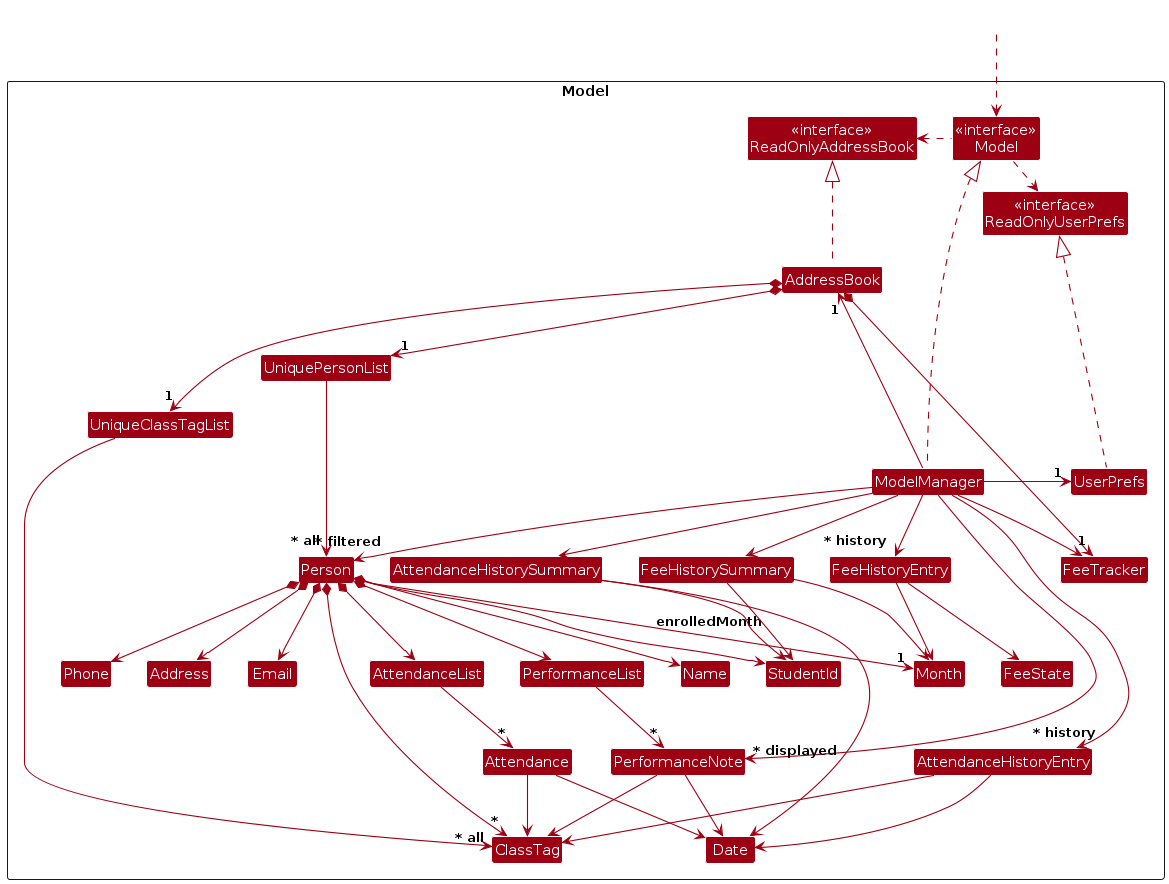
The PlantUML diagram diagrams/ModelClassDiagram.png in AY2526S1-CS2103T-F10-3/tp, before a commit. Its source is kept beside it as diagrams/ModelClassDiagram.puml.
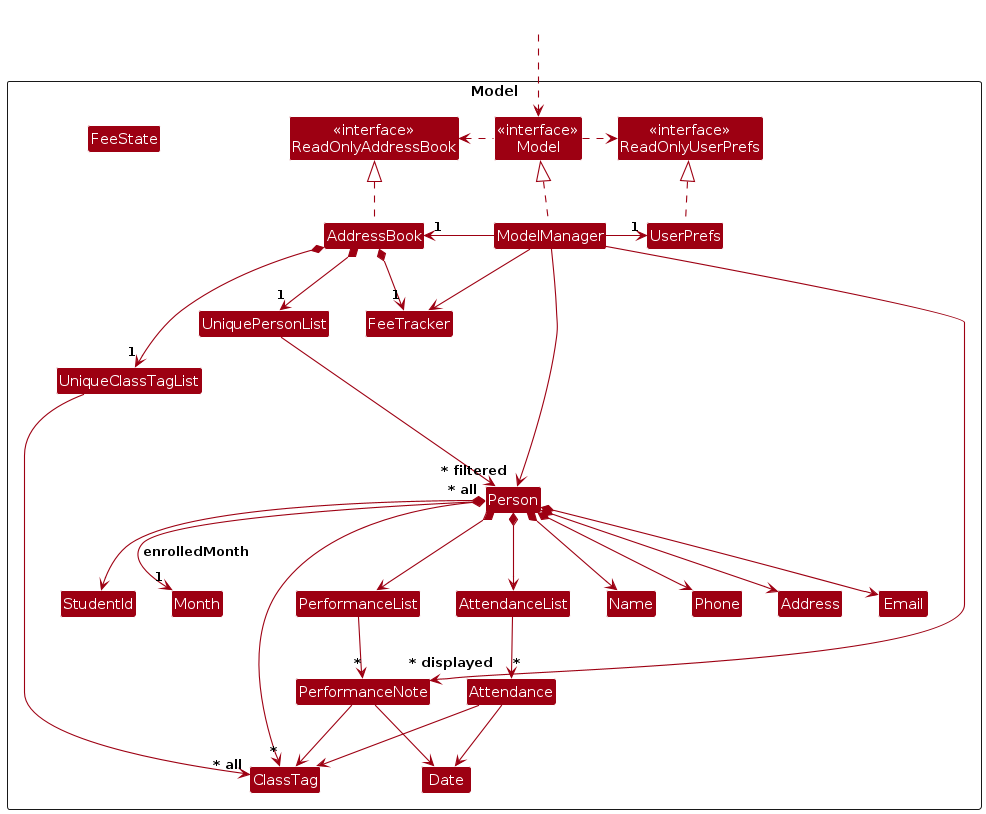
Above is the later version.

Diff of the diagram source:
```diff
@@ -23,13 +23,9 @@
 Class ClassTag
 Class AttendanceList
 Class Attendance
-Class AttendanceHistoryEntry
-Class AttendanceHistorySummary
 Class Date
 Class FeeTracker
 Class FeeState
-Class FeeHistoryEntry
-Class FeeHistorySummary
 Class Month
 Class PerformanceList
 Class PerformanceNote
@@ -71,22 +67,10 @@
 Attendance --> Date
 Attendance --> ClassTag
 
-AttendanceHistoryEntry --> Date
-AttendanceHistoryEntry --> ClassTag
-
-AttendanceHistorySummary --> StudentId
-AttendanceHistorySummary --> Date
-
 PerformanceList --> "*" PerformanceNote
 
 PerformanceNote --> Date
 PerformanceNote --> ClassTag
-
-FeeHistoryEntry --> Month
-FeeHistoryEntry --> FeeState
-
-FeeHistorySummary --> StudentId
-FeeHistorySummary --> Month
 
 Person -[hidden]up--> I
 UniquePersonList -[hidden]right-> I
@@ -97,11 +81,4 @@
 
 ModelManager --> "~* filtered" Person
 ModelManager --> "~* displayed" PerformanceNote
-ModelManager --> "~* history" FeeHistoryEntry
-ModelManager --> "~* history" AttendanceHistoryEntry
-ModelManager --> FeeHistorySummary
-ModelManager --> AttendanceHistorySummary
-
-AttendanceHistorySummary -[hidden]right-> FeeHistoryEntry
-FeeHistoryEntry -[hidden]right-> FeeHistorySummary
 @enduml
```
